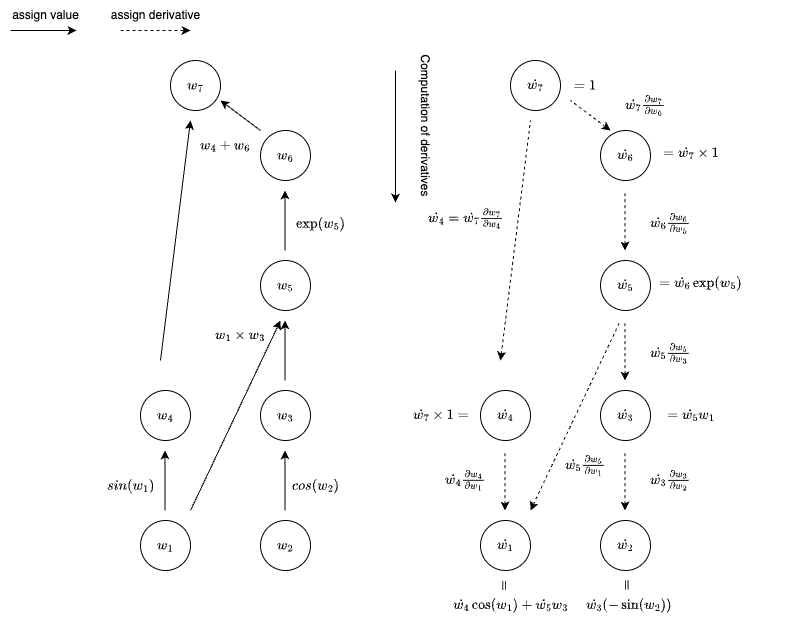
The draw.io diagram static/autodiff/reverse.png in levi0206/lerblog2, before a commit. Source tidied: cells renumbered, new cells last; positions are measured from the earlier drawing's top-left corner, leaving out a move shared by most shapes.
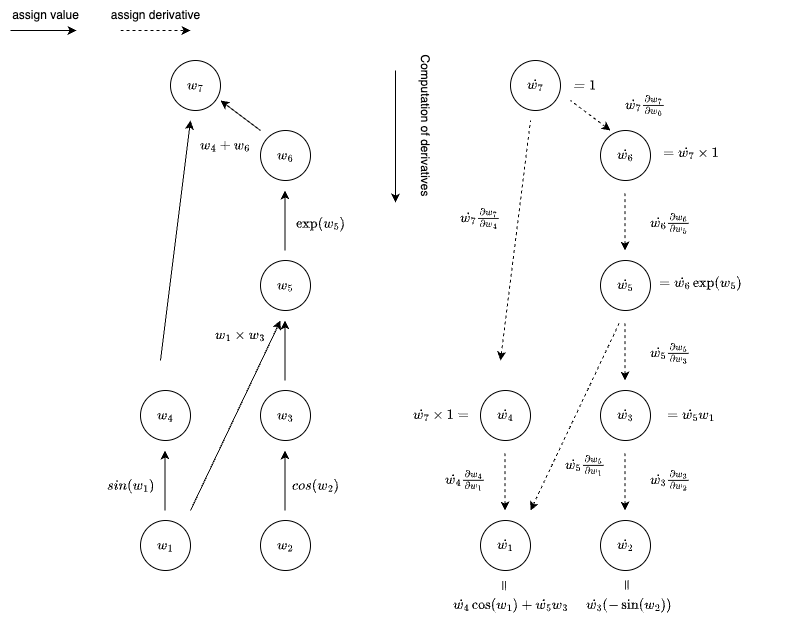
The same diagram one commit later.

Diff of the diagram source:
```diff
@@ -197,8 +197,8 @@
     <mxCell id="50" value="\(\dot{w_3}(-\sin(w_2))\)" style="text;html=1;align=center;verticalAlign=middle;strokeColor=none;fillColor=none;" parent="1" vertex="1">
       <mxGeometry x="552.5" y="590" width="150" height="30" as="geometry" />
     </mxCell>
-    <mxCell id="51" value="\(\dot{w_4}=\dot{w_7}\frac{\partial w_7}{\partial w_4}\)" style="text;html=1;align=center;verticalAlign=middle;strokeColor=none;fillColor=none;" parent="1" vertex="1">
-      <mxGeometry x="310" y="203" width="310" height="30" as="geometry" />
+    <mxCell id="51" value="\(\dot{w_7}\frac{\partial w_7}{\partial w_4}\)" style="text;html=1;align=center;verticalAlign=middle;strokeColor=none;fillColor=none;" parent="1" vertex="1">
+      <mxGeometry x="355" y="203" width="250" height="30" as="geometry" />
     </mxCell>
     <mxCell id="52" style="endArrow=none;html=1;rounded=0;dashed=1;startArrow=classic;startFill=1;endFill=0;" parent="1" edge="1">
       <mxGeometry relative="1" as="geometry">
```
